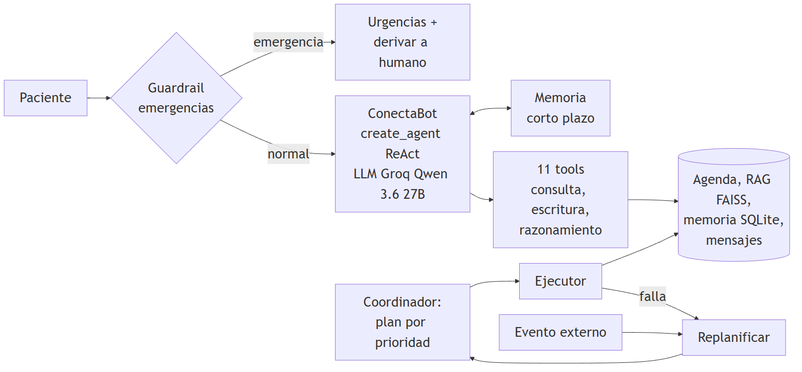
BenjaminHeresmann/SaludConecta-IA keeps this Mermaid diagram as docs/arquitectura_ep2_lamina.png. Above is the earlier version. Its source is kept beside it as docs/arquitectura_ep2_lamina.mmd. Source of this version:
```mermaid
%%{init: {"themeVariables": {"fontSize": "26px"}, "flowchart": {"nodeSpacing": 30, "rankSpacing": 45}}}%%
flowchart LR
    U[Paciente] --> G{Guardrail<br/>emergencias}
    G -- emergencia --> H[Urgencias +<br/>derivar a humano]
    G -- normal --> A[ConectaBot<br/>create_agent ReAct<br/>LLM Groq Qwen 3.6 27B]
    A <--> MC[Memoria<br/>corto plazo]
    A --> T[11 tools<br/>consulta, escritura,<br/>razonamiento]
    T --> D[(Agenda, RAG FAISS,<br/>memoria SQLite,<br/>mensajes)]
    CO[Coordinador:<br/>plan por prioridad] --> E[Ejecutor]
    E --> D
    E -- falla --> R[Replanificar]
    EV[Evento externo] --> R
    R --> CO
```
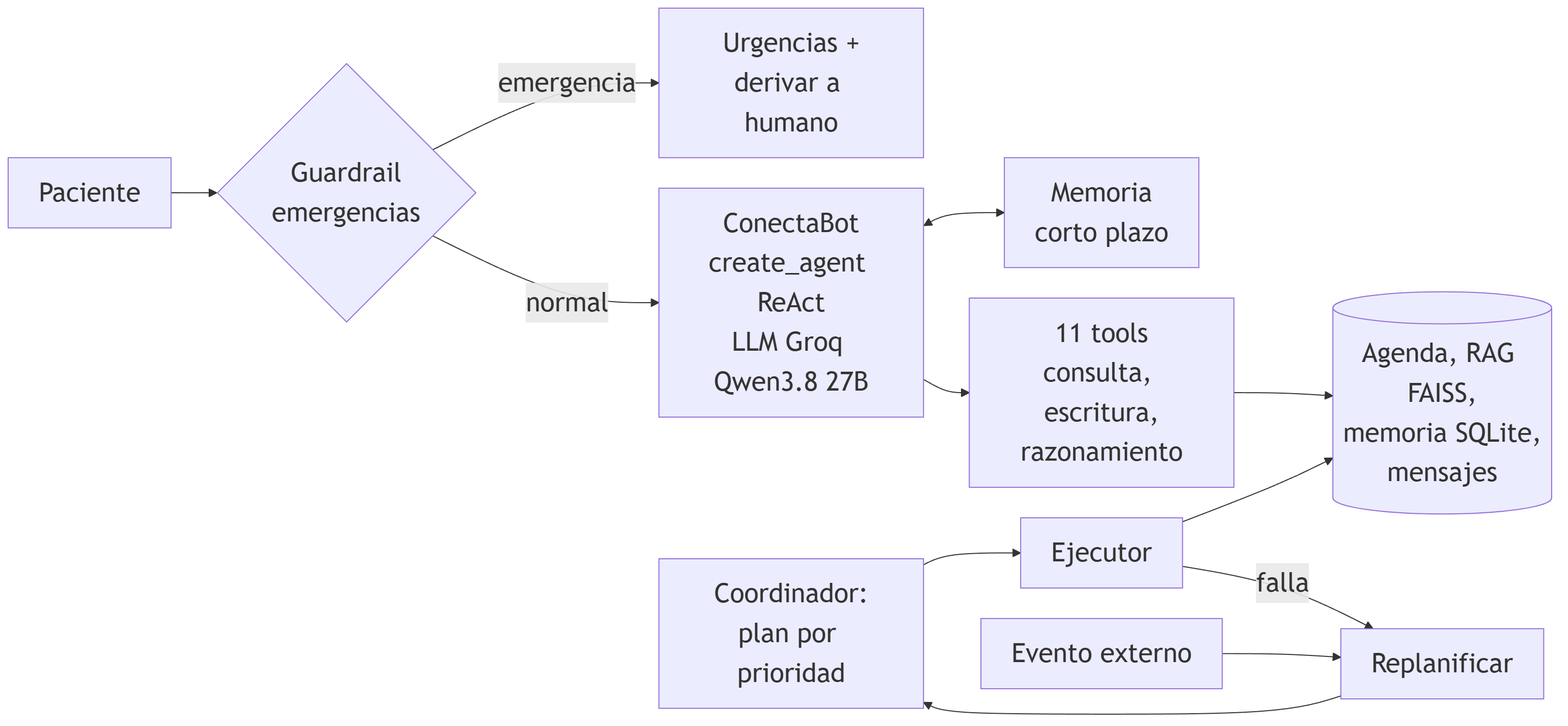
The same file after the commit.

Commit message:
Groq qwen3.8-27b, embeddings locales por defecto y FAISS en bytes

Diff of the diagram source:
```diff
@@ -2,7 +2,7 @@
 flowchart LR
     U[Paciente] --> G{Guardrail<br/>emergencias}
     G -- emergencia --> H[Urgencias +<br/>derivar a humano]
-    G -- normal --> A[ConectaBot<br/>create_agent ReAct<br/>LLM Groq Qwen 3.6 27B]
+    G -- normal --> A[ConectaBot<br/>create_agent ReAct<br/>LLM Groq Qwen3.8 27B]
     A <--> MC[Memoria<br/>corto plazo]
     A --> T[11 tools<br/>consulta, escritura,<br/>razonamiento]
     T --> D[(Agenda, RAG FAISS,<br/>memoria SQLite,<br/>mensajes)]
```
